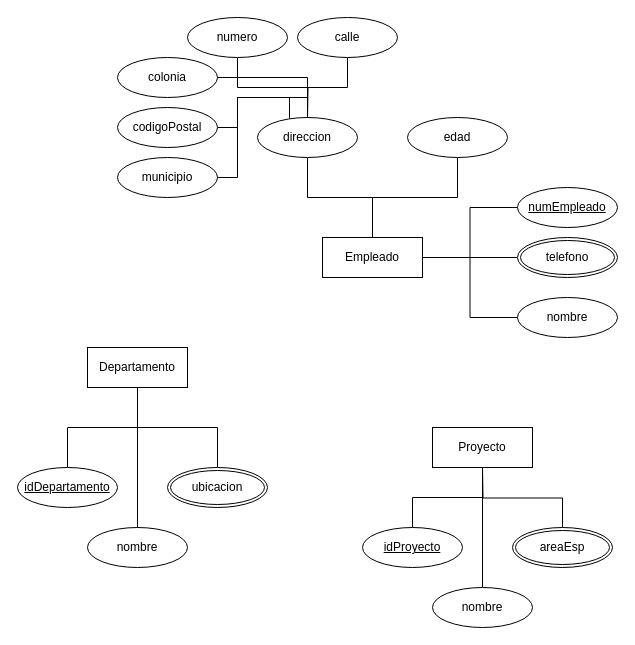
Earlier version of the draw.io diagram Activity-2-2.drawio (xmr-p/DatabaseCharts). Source tidied: cells renumbered, new cells numbered last; positions are measured from the earlier drawing's top-left corner, leaving out a move shared by most shapes. Both pictures are drawn from the tidied source at 100%, with x=0, y=0 at pixel (17, 17).
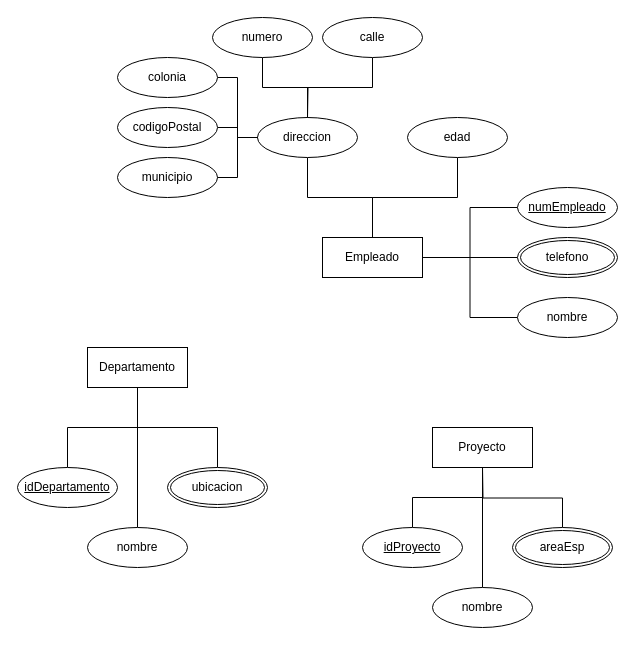
Above is the later version.

The change refers to these unchanged cells:
```xml
<mxCell id="20" value="direccion" style="ellipse;whiteSpace=wrap;html=1;align=center;" parent="1" vertex="1">
  <mxGeometry x="240" y="100" width="100" height="40" as="geometry" />
</mxCell>
<mxCell id="24" value="codigoPostal" style="ellipse;whiteSpace=wrap;html=1;align=center;" parent="1" vertex="1">
  <mxGeometry x="100" y="90" width="100" height="40" as="geometry" />
</mxCell>
<mxCell id="28" value="colonia" style="ellipse;whiteSpace=wrap;html=1;align=center;" parent="1" vertex="1">
  <mxGeometry x="100" y="40" width="100" height="40" as="geometry" />
</mxCell>
<mxCell id="29" value="municipio" style="ellipse;whiteSpace=wrap;html=1;align=center;" parent="1" vertex="1">
  <mxGeometry x="100" y="140" width="100" height="40" as="geometry" />
</mxCell>
```

What changed in the source:
```diff
@@
     <mxCell id="22" value="calle" style="ellipse;whiteSpace=wrap;html=1;align=center;" parent="1" vertex="1">
-      <mxGeometry x="280" width="100" height="40" as="geometry" />
+      <mxGeometry x="305" width="100" height="40" as="geometry" />
     </mxCell>
-    <mxCell id="23" style="edgeStyle=orthogonalEdgeStyle;rounded=0;jettySize=auto;html=1;exitX=1;exitY=0.5;exitDx=0;exitDy=0;entryX=0.5;entryY=0;entryDx=0;entryDy=0;endArrow=none;endFill=0;" parent="1" edge="1" source="24" target="20">
+    <mxCell id="23" style="edgeStyle=orthogonalEdgeStyle;rounded=0;jettySize=auto;html=1;exitX=1;exitY=0.5;exitDx=0;exitDy=0;entryX=0;entryY=0.5;entryDx=0;entryDy=0;endArrow=none;endFill=0;" parent="1" edge="1" source="24" target="20">
       <mxGeometry relative="1" as="geometry" />
     </mxCell>
@@
     <mxCell id="26" value="numero" style="ellipse;whiteSpace=wrap;html=1;align=center;" parent="1" vertex="1">
-      <mxGeometry x="170" width="100" height="40" as="geometry" />
+      <mxGeometry x="195" width="100" height="40" as="geometry" />
     </mxCell>
-    <mxCell id="27" style="edgeStyle=orthogonalEdgeStyle;rounded=0;jettySize=auto;html=1;exitX=1;exitY=0.5;exitDx=0;exitDy=0;entryX=0.5;entryY=0;entryDx=0;entryDy=0;endArrow=none;endFill=0;" parent="1" edge="1" source="28" target="20">
+    <mxCell id="27" style="edgeStyle=orthogonalEdgeStyle;rounded=0;jettySize=auto;html=1;exitX=1;exitY=0.5;exitDx=0;exitDy=0;entryX=0;entryY=0.5;entryDx=0;entryDy=0;endArrow=none;endFill=0;" parent="1" edge="1" source="28" target="20">
       <mxGeometry relative="1" as="geometry" />
     </mxCell>
@@
-    <mxCell id="30" style="edgeStyle=orthogonalEdgeStyle;rounded=0;jettySize=auto;html=1;exitX=1;exitY=0.5;exitDx=0;exitDy=0;entryX=0.32;entryY=0.025;entryDx=0;entryDy=0;entryPerimeter=0;endArrow=none;endFill=0;" parent="1" edge="1" source="29" target="20">
+    <mxCell id="30" style="edgeStyle=orthogonalEdgeStyle;rounded=0;jettySize=auto;html=1;exitX=1;exitY=0.5;exitDx=0;exitDy=0;entryX=0;entryY=0.5;entryDx=0;entryDy=0;endArrow=none;endFill=0;" parent="1" edge="1" source="29" target="20">
       <mxGeometry relative="1" as="geometry" />
     </mxCell>
```
